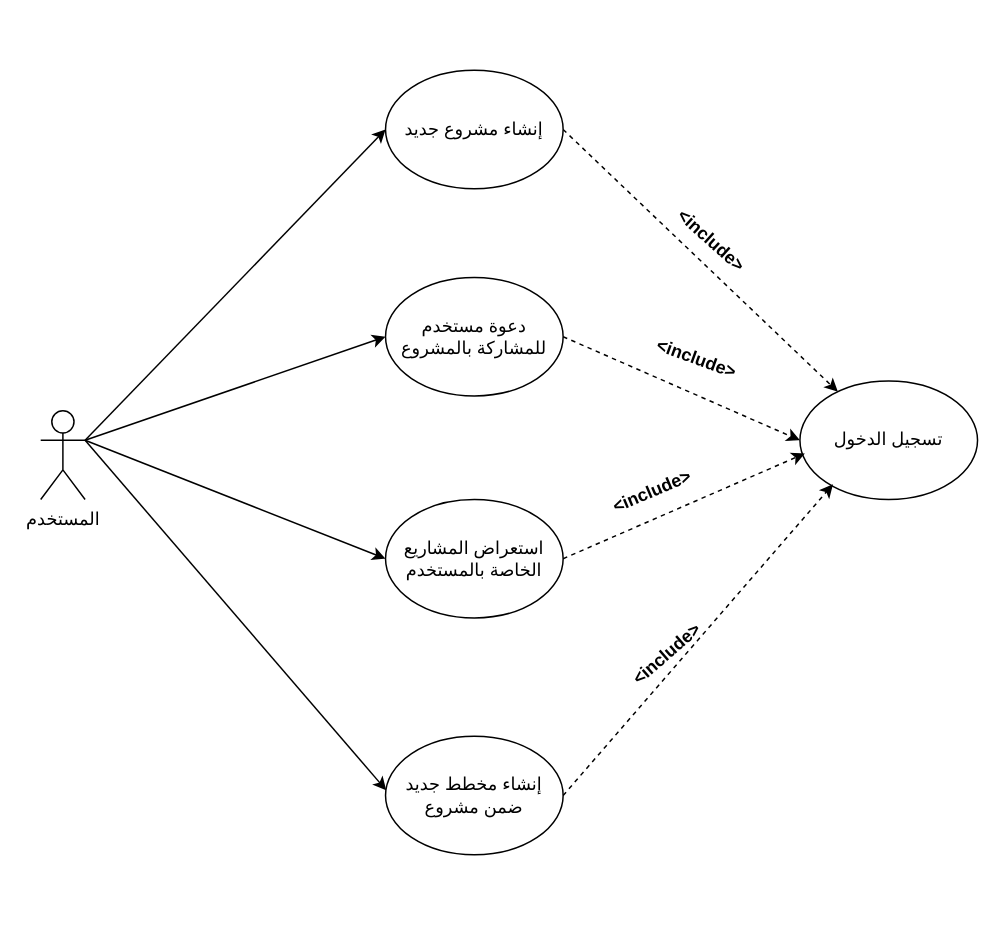
Above: تصميم/Use case.drawio in MohamadAlturky/Report-Drafts (draw.io), before the change. Source tidied: cells renumbered, new cells numbered last; positions are measured from the earlier drawing's top-left corner, leaving out a move shared by most shapes. Both pictures are drawn from the tidied source at 148%, with x=0, y=0 at pixel (40, 70).
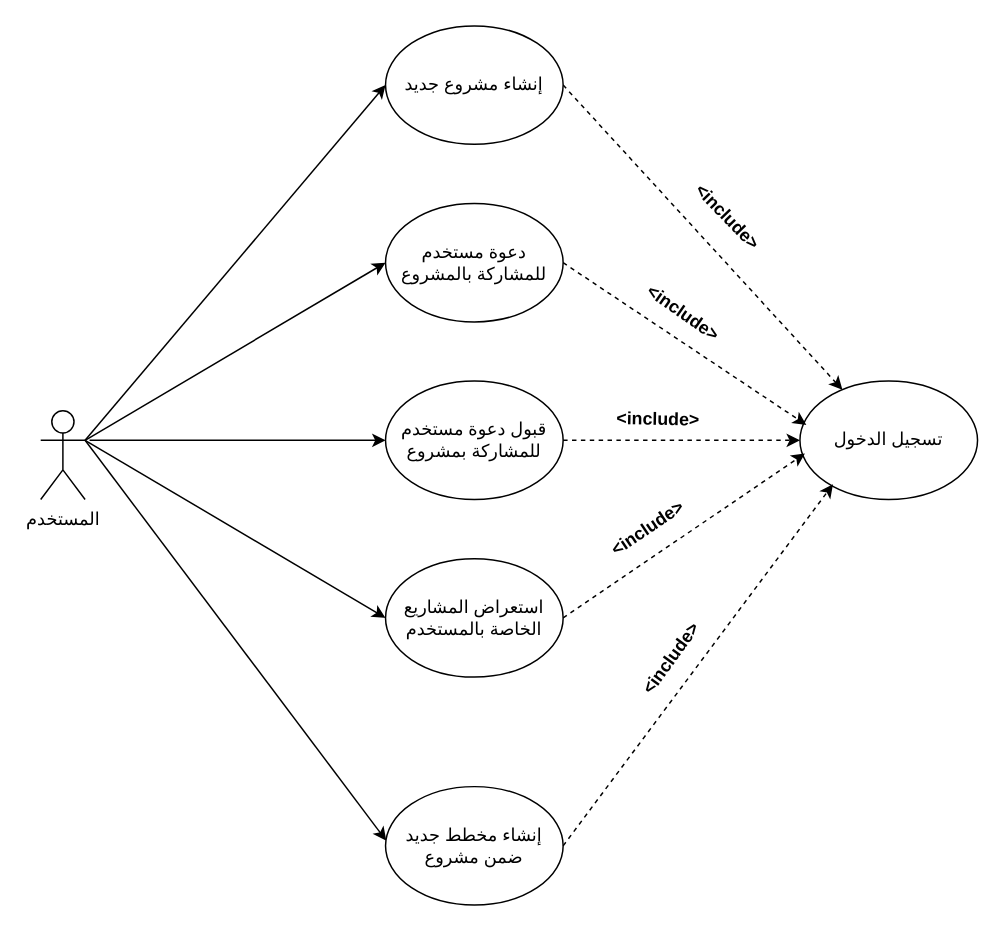
The same page after the edit.

Unchanged cells that the change refers to:
```xml
<mxCell id="6" value="تسجيل الدخول" style="ellipse;whiteSpace=wrap;html=1;" parent="1" vertex="1">
  <mxGeometry x="513" y="210" width="120" height="80" as="geometry" />
</mxCell>
```

The edit, as a diff of the source:
```diff
@@
     <mxCell id="5" value="إنشاء مشروع جديد" style="ellipse;whiteSpace=wrap;html=1;" parent="1" vertex="1">
-      <mxGeometry x="233" width="120" height="80" as="geometry" />
+      <mxGeometry x="233" y="-30" width="120" height="80" as="geometry" />
     </mxCell>
@@
-    <mxCell id="7" value="&lt;b&gt;&amp;lt;include&amp;gt;&lt;/b&gt;" style="text;html=1;align=center;verticalAlign=middle;strokeColor=none;fillColor=none;rotation=20;" parent="1" vertex="1">
-      <mxGeometry x="403" y="180" width="80" height="30" as="geometry" />
+    <mxCell id="7" value="&lt;b&gt;&amp;lt;include&amp;gt;&lt;/b&gt;" style="text;html=1;align=center;verticalAlign=middle;strokeColor=none;fillColor=none;rotation=35;" parent="1" vertex="1">
+      <mxGeometry x="394" y="149" width="80" height="30" as="geometry" />
     </mxCell>
     <mxCell id="8" value="دعوة مستخدم للمشاركة بالمشروع" style="ellipse;whiteSpace=wrap;html=1;" parent="1" vertex="1">
-      <mxGeometry x="233" y="140" width="120" height="80" as="geometry" />
+      <mxGeometry x="233" y="90" width="120" height="80" as="geometry" />
     </mxCell>
@@
-    <mxCell id="10" style="rounded=0;jettySize=auto;html=1;dashed=1;exitX=1;exitY=0.5;exitDx=0;exitDy=0;entryX=0;entryY=0.5;entryDx=0;entryDy=0;" parent="1" edge="1" source="8" target="6">
+    <mxCell id="10" style="rounded=0;jettySize=auto;html=1;dashed=1;exitX=1;exitY=0.5;exitDx=0;exitDy=0;entryX=0.036;entryY=0.37;entryDx=0;entryDy=0;entryPerimeter=0;" parent="1" edge="1" source="8" target="6">
       <mxGeometry relative="1" as="geometry" />
     </mxCell>
-    <mxCell id="11" value="&lt;b&gt;&amp;lt;include&amp;gt;&lt;/b&gt;" style="text;html=1;align=center;verticalAlign=middle;strokeColor=none;fillColor=none;rotation=-23;" parent="1" vertex="1">
-      <mxGeometry x="373" y="270" width="80" height="30" as="geometry" />
+    <mxCell id="11" value="&lt;b&gt;&amp;lt;include&amp;gt;&lt;/b&gt;" style="text;html=1;align=center;verticalAlign=middle;strokeColor=none;fillColor=none;rotation=-34;" parent="1" vertex="1">
+      <mxGeometry x="370" y="295" width="80" height="30" as="geometry" />
     </mxCell>
     <mxCell id="12" value="استعراض المشاريع الخاصة بالمستخدم" style="ellipse;whiteSpace=wrap;html=1;" parent="1" vertex="1">
-      <mxGeometry x="233" y="290" width="120" height="80" as="geometry" />
+      <mxGeometry x="233" y="330" width="120" height="80" as="geometry" />
     </mxCell>
@@
     <mxCell id="16" value="إنشاء مخطط جديد ضمن مشروع" style="ellipse;whiteSpace=wrap;html=1;" parent="1" vertex="1">
-      <mxGeometry x="233" y="450" width="120" height="80" as="geometry" />
+      <mxGeometry x="233" y="484" width="120" height="80" as="geometry" />
     </mxCell>
@@
-    <mxCell id="18" value="&lt;b&gt;&amp;lt;include&amp;gt;&lt;/b&gt;" style="text;html=1;align=center;verticalAlign=middle;strokeColor=none;fillColor=none;rotation=42;" parent="1" vertex="1">
-      <mxGeometry x="413" y="100" width="80" height="30" as="geometry" />
+    <mxCell id="18" value="&lt;b&gt;&amp;lt;include&amp;gt;&lt;/b&gt;" style="text;html=1;align=center;verticalAlign=middle;strokeColor=none;fillColor=none;rotation=46;" parent="1" vertex="1">
+      <mxGeometry x="424" y="84" width="80" height="30" as="geometry" />
     </mxCell>
-    <mxCell id="19" value="&lt;b&gt;&amp;lt;include&amp;gt;&lt;/b&gt;" style="text;html=1;align=center;verticalAlign=middle;strokeColor=none;fillColor=none;rotation=-41;" parent="1" vertex="1">
-      <mxGeometry x="383" y="380" width="80" height="30" as="geometry" />
+    <mxCell id="19" value="&lt;b&gt;&amp;lt;include&amp;gt;&lt;/b&gt;" style="text;html=1;align=center;verticalAlign=middle;strokeColor=none;fillColor=none;rotation=-54;" parent="1" vertex="1">
+      <mxGeometry x="386" y="383" width="80" height="30" as="geometry" />
     </mxCell>
+    <mxCell id="20" value="قبول دعوة مستخدم للمشاركة بمشروع" style="ellipse;whiteSpace=wrap;html=1;" parent="1" vertex="1">
+      <mxGeometry x="233" y="210" width="120" height="80" as="geometry" />
+    </mxCell>
+    <mxCell id="21" style="rounded=0;jettySize=auto;html=1;entryX=0;entryY=0.5;entryDx=0;entryDy=0;" parent="1" edge="1" target="20">
+      <mxGeometry relative="1" as="geometry">
+        <mxPoint x="33" y="250" as="sourcePoint" />
+      </mxGeometry>
+    </mxCell>
+    <mxCell id="22" style="rounded=0;jettySize=auto;html=1;dashed=1;exitX=1;exitY=0.5;exitDx=0;exitDy=0;entryX=0;entryY=0.5;entryDx=0;entryDy=0;" parent="1" edge="1" source="20" target="6">
+      <mxGeometry relative="1" as="geometry" />
+    </mxCell>
+    <mxCell id="23" value="&lt;b&gt;&amp;lt;include&amp;gt;&lt;/b&gt;" style="text;html=1;align=center;verticalAlign=middle;strokeColor=none;fillColor=none;rotation=1;" parent="1" vertex="1">
+      <mxGeometry x="377" y="221" width="80" height="30" as="geometry" />
+    </mxCell>
```
